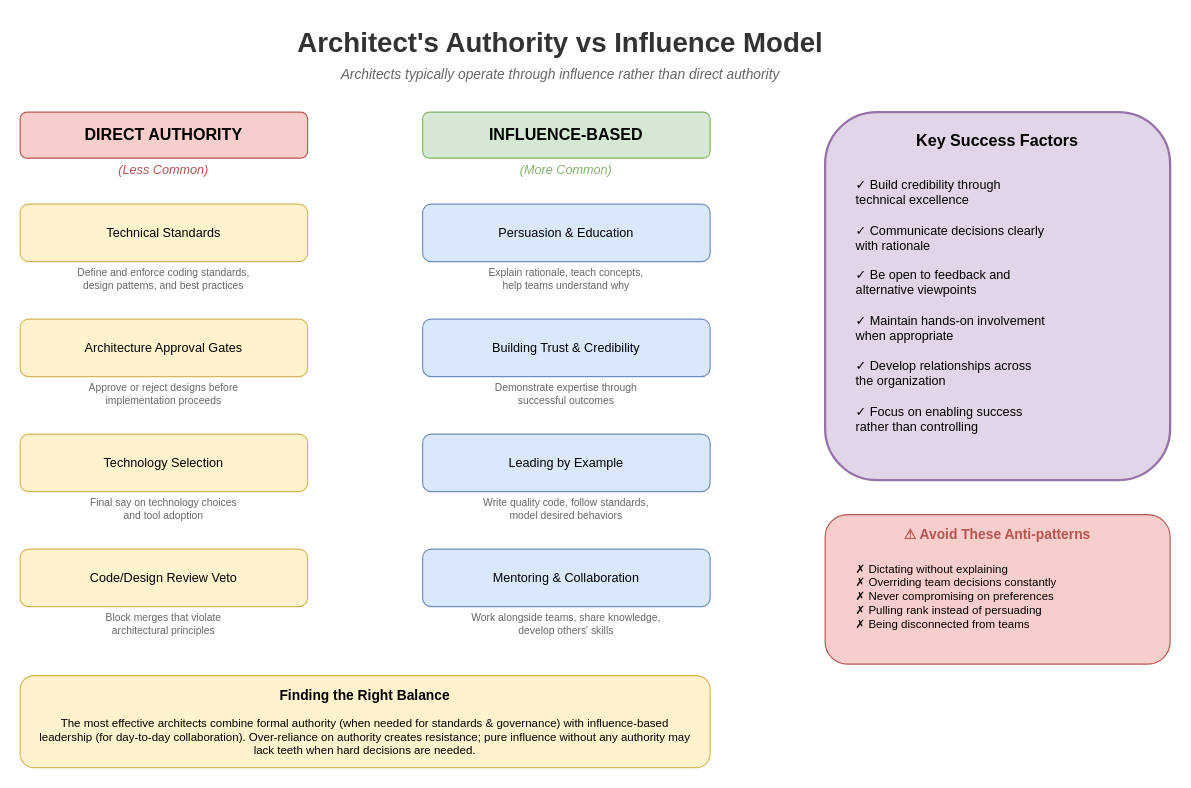
This is lesson-00-software-architect-overview/diagrams/2.6-authority-vs-influence.drawio from MrParkerZ7/document-lesson-software-architect-x-claude, a draw.io file, before an edit. Source tidied: cells renumbered, new cells numbered last; positions are measured from the earlier drawing's top-left corner, leaving out a move shared by most shapes. Both pictures are drawn from the tidied source at 115%, with x=0, y=0 at pixel (20, 20).
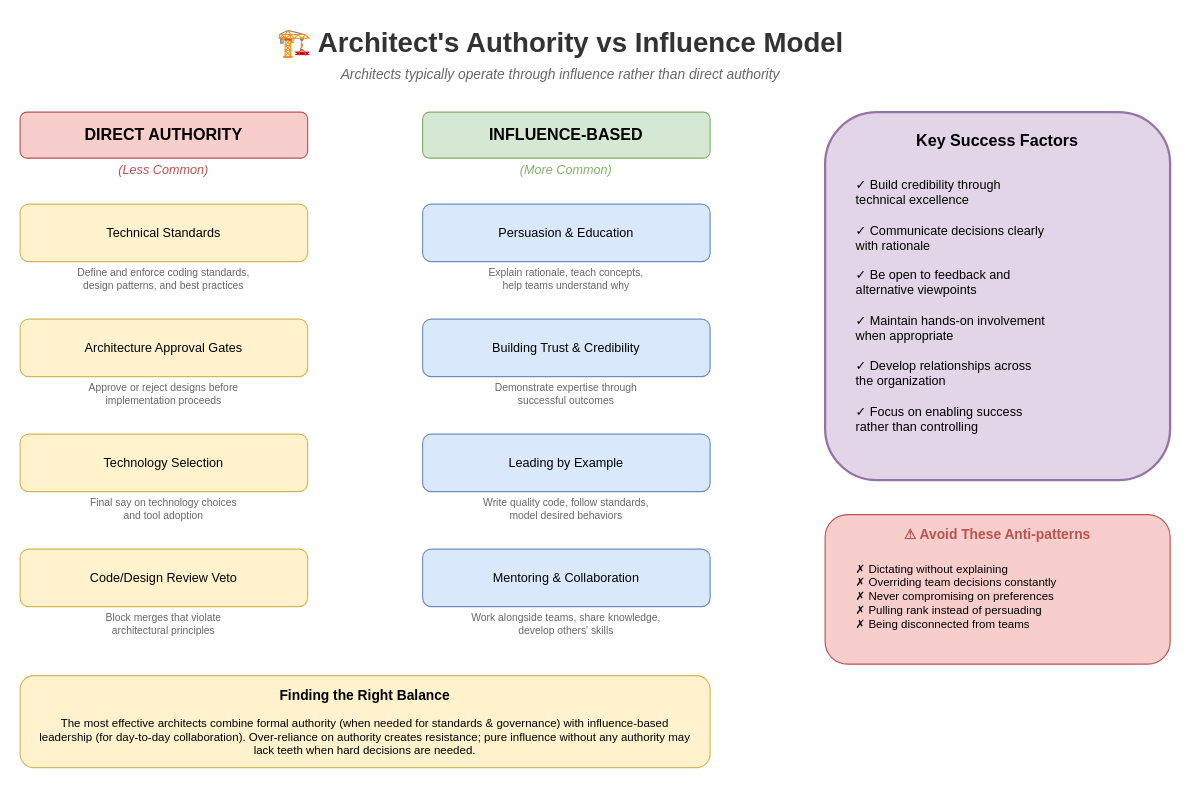
The same page after the edit.

The edit, as a diff of the source:
```diff
@@
-    <mxCell id="2" value="Architect's Authority vs Influence Model" style="text;html=1;strokeColor=none;fillColor=none;align=center;verticalAlign=middle;whiteSpace=wrap;rounded=0;fontSize=24;fontStyle=1;fontColor=#333333;" parent="1" vertex="1">
+    <mxCell id="2" value="🏗️ Architect's Authority vs Influence Model" style="text;html=1;strokeColor=none;fillColor=none;align=center;verticalAlign=middle;whiteSpace=wrap;rounded=0;fontSize=24;fontStyle=1;fontColor=#333333;" parent="1" vertex="1">
       <mxGeometry x="220" width="500" height="40" as="geometry" />
     </mxCell>
```
